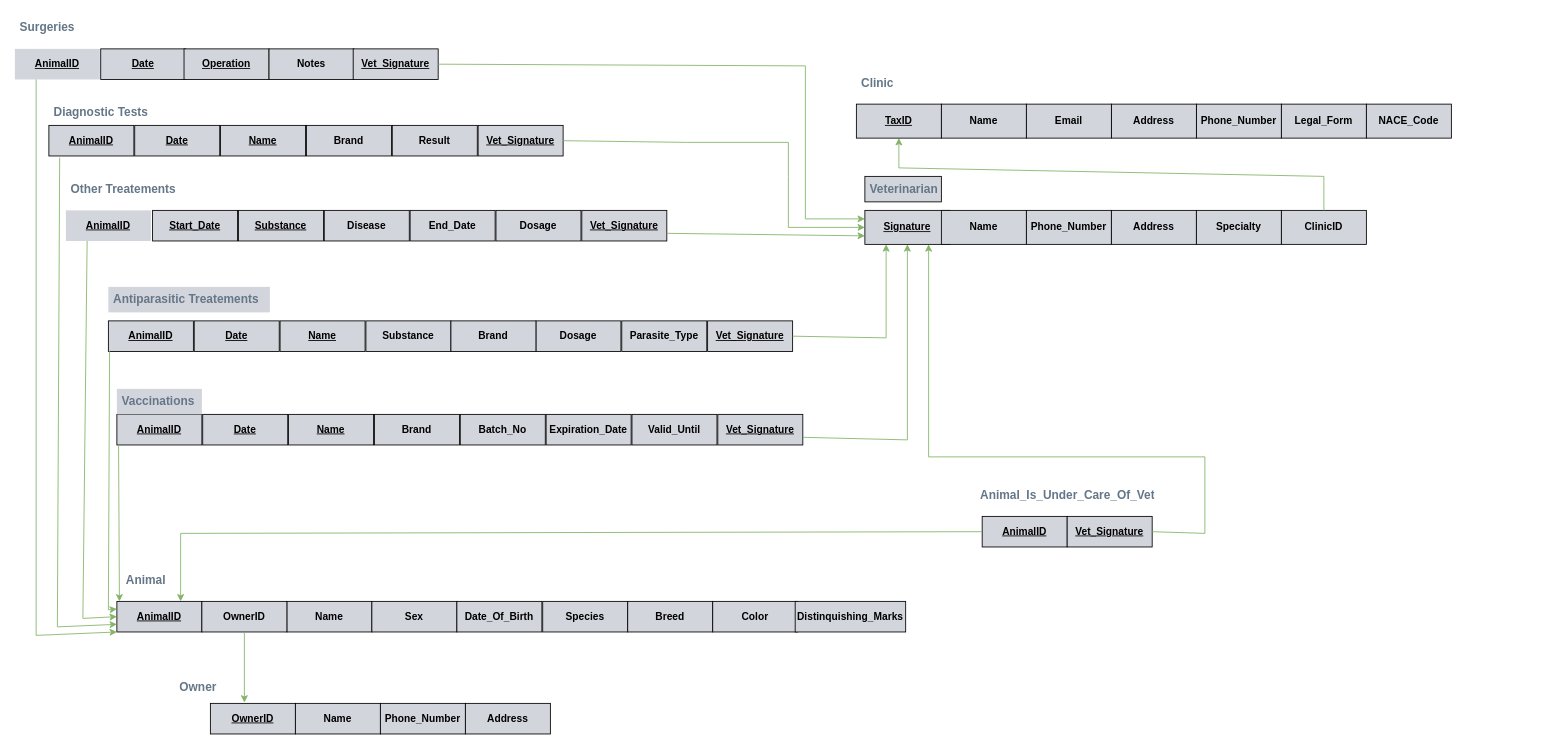
Earlier version of the draw.io diagram relational_diagram.drawio (n1kolpap/DB-Animal2025). Source tidied: cells renumbered, new cells numbered last; positions are measured from the earlier drawing's top-left corner, leaving out a move shared by most shapes. Both pictures are drawn from the tidied source at 85%, with x=0, y=0 at pixel (14, 14).
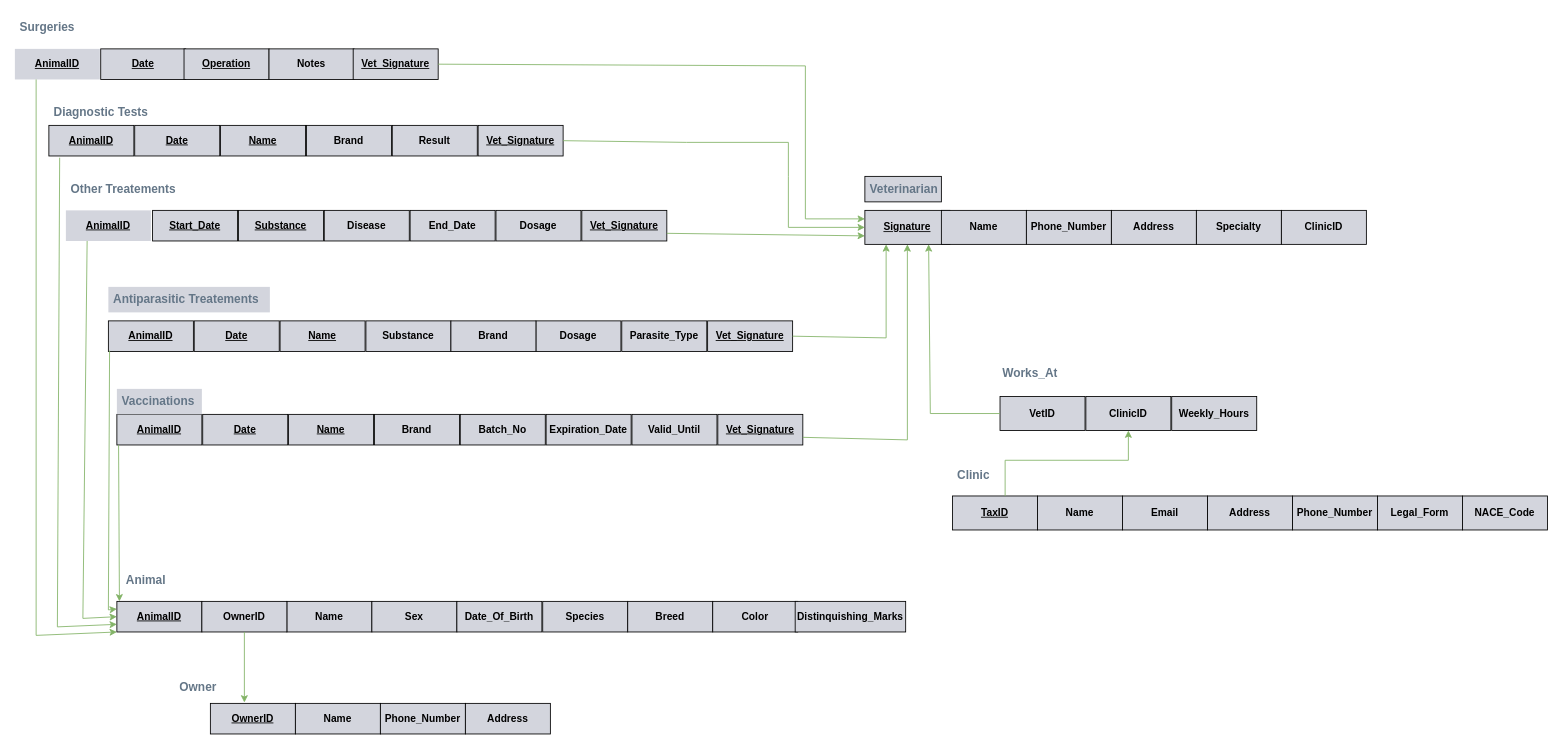
After the change.

The change refers to these unchanged cells:
```xml
<mxCell id="8" value="&lt;u&gt;AnimalID&lt;/u&gt;" style="whiteSpace=wrap;html=1;align=center;fontColor=light-dark(#000000,#000000);fillColor=light-dark(#D3D5DD,#D3D5DD);fontStyle=1;" parent="1" vertex="1">
  <mxGeometry x="120" y="690" width="100" height="36" as="geometry" />
</mxCell>
<mxCell id="18" value="&lt;u&gt;Signature&lt;/u&gt;" style="whiteSpace=wrap;html=1;align=center;fillColor=light-dark(#D3D5DD,#D3D5DD);strokeColor=default;fontColor=light-dark(#000000,#000000);fontStyle=1;" parent="1" vertex="1">
  <mxGeometry x="1000" y="230" width="100" height="40" as="geometry" />
</mxCell>
<mxCell id="85" value="ClinicID" style="whiteSpace=wrap;html=1;align=center;fillColor=light-dark(#D3D5DD,#D3D5DD);strokeColor=default;fontColor=light-dark(#000000,#000000);fontStyle=1;" parent="1" vertex="1">
  <mxGeometry x="1490" y="230" width="100" height="40" as="geometry" />
</mxCell>
```

The edit, as a diff of the source:
```diff
@@
-    <mxCell id="24" value="&lt;font style=&quot;color: light-dark(rgb(0, 0, 0), rgb(0, 0, 0));&quot;&gt;&lt;u&gt;TaxID&lt;/u&gt;&lt;/font&gt;" style="whiteSpace=wrap;html=1;align=center;fillColor=light-dark(#D3D5DD,#D3D5DD);strokeColor=default;fontStyle=1;" parent="1" vertex="1">
-      <mxGeometry x="990" y="105" width="100" height="40" as="geometry" />
-    </mxCell>
-    <mxCell id="25" value="Name" style="whiteSpace=wrap;html=1;align=center;fillColor=light-dark(#D3D5DD,#D3D5DD);strokeColor=default;fontColor=light-dark(#000000,#000000);fontStyle=1;" parent="1" vertex="1">
-      <mxGeometry x="1090" y="105" width="100" height="40" as="geometry" />
-    </mxCell>
-    <mxCell id="26" value="Phone_Number" style="whiteSpace=wrap;html=1;align=center;fillColor=light-dark(#D3D5DD,#D3D5DD);strokeColor=default;fontColor=light-dark(#000000,#000000);fontStyle=1;" parent="1" vertex="1">
-      <mxGeometry x="1390" y="105" width="100" height="40" as="geometry" />
-    </mxCell>
-    <mxCell id="27" value="Address" style="whiteSpace=wrap;html=1;align=center;fillColor=light-dark(#D3D5DD,#D3D5DD);strokeColor=default;fontColor=light-dark(#000000,#000000);fontStyle=1;" parent="1" vertex="1">
-      <mxGeometry x="1290" y="105" width="100" height="40" as="geometry" />
-    </mxCell>
-    <mxCell id="28" value="&lt;span&gt;&lt;font style=&quot;font-size: 14px; color: light-dark(rgb(100, 118, 135), rgb(0, 51, 102));&quot;&gt;Clinic&lt;/font&gt;&lt;/span&gt;" style="text;strokeColor=none;fillColor=none;spacingLeft=4;spacingRight=4;overflow=hidden;fontSize=12;whiteSpace=wrap;html=1;fontColor=light-dark(#000000,#000000);fontStyle=1;" parent="1" vertex="1">
-      <mxGeometry x="990" y="65" width="90" height="30" as="geometry" />
-    </mxCell>
-    <mxCell id="29" value="Legal_Form" style="whiteSpace=wrap;html=1;align=center;fillColor=light-dark(#D3D5DD,#D3D5DD);strokeColor=default;fontColor=light-dark(#000000,#000000);fontStyle=1;" parent="1" vertex="1">
-      <mxGeometry x="1490" y="105" width="100" height="40" as="geometry" />
-    </mxCell>
-    <mxCell id="30" value="Email" style="whiteSpace=wrap;html=1;align=center;fillColor=light-dark(#D3D5DD,#D3D5DD);strokeColor=default;fontColor=light-dark(#000000,#000000);fontStyle=1;" parent="1" vertex="1">
-      <mxGeometry x="1190" y="105" width="100" height="40" as="geometry" />
-    </mxCell>
-    <mxCell id="31" value="NACE_Code" style="whiteSpace=wrap;html=1;align=center;fillColor=light-dark(#D3D5DD,#D3D5DD);strokeColor=default;fontColor=light-dark(#000000,#000000);fontStyle=1;" parent="1" vertex="1">
-      <mxGeometry x="1590" y="105" width="100" height="40" as="geometry" />
-    </mxCell>
@@
-    <mxCell id="71" value="&lt;u&gt;AnimalID&lt;/u&gt;" style="whiteSpace=wrap;html=1;align=center;fontColor=light-dark(#000000,#000000);fillColor=light-dark(#D3D5DD,#D3D5DD);fontStyle=1;" parent="1" vertex="1">
-      <mxGeometry x="1138" y="590" width="100" height="36" as="geometry" />
-    </mxCell>
-    <mxCell id="72" value="&lt;u&gt;Vet_Signature&lt;/u&gt;" style="whiteSpace=wrap;html=1;align=center;fontColor=light-dark(#000000,#000000);fillColor=light-dark(#D3D5DD,#D3D5DD);fontStyle=1;" parent="1" vertex="1">
-      <mxGeometry x="1238" y="590" width="100" height="36" as="geometry" />
-    </mxCell>
-    <mxCell id="73" value="&lt;span&gt;&lt;font style=&quot;font-size: 14px; color: light-dark(rgb(100, 118, 135), rgb(0, 51, 102));&quot;&gt;Animal_Is_Under_Care_Of_Vet&lt;/font&gt;&lt;/span&gt;" style="text;strokeColor=none;fillColor=none;spacingLeft=4;spacingRight=4;overflow=hidden;fontSize=12;whiteSpace=wrap;html=1;fontColor=light-dark(#000000,#000000);fontStyle=1;" parent="1" vertex="1">
-      <mxGeometry x="1130" y="550" width="220" height="30" as="geometry" />
-    </mxCell>
@@
-    <mxCell id="78" style="endArrow=classic;html=1;rounded=0;exitX=0;exitY=0.5;exitDx=0;exitDy=0;entryX=0.75;entryY=0;entryDx=0;entryDy=0;fillColor=#d5e8d4;strokeColor=#82b366;fontColor=light-dark(#000000,#000000);fontStyle=1;" parent="1" edge="1" source="71" target="8">
-      <mxGeometry relative="1" as="geometry">
-        <Array as="points">
-          <mxPoint x="195" y="610" />
-        </Array>
-      </mxGeometry>
-    </mxCell>
-    <mxCell id="79" style="endArrow=classic;html=1;rounded=0;exitX=1;exitY=0.5;exitDx=0;exitDy=0;entryX=0.75;entryY=1;entryDx=0;entryDy=0;fillColor=#d5e8d4;strokeColor=#82b366;fontColor=light-dark(#000000,#000000);fontStyle=1;" parent="1" edge="1" source="72" target="18">
-      <mxGeometry relative="1" as="geometry">
-        <Array as="points">
-          <mxPoint x="1400" y="610" />
-          <mxPoint x="1400" y="520" />
-          <mxPoint x="1075" y="520" />
-        </Array>
-      </mxGeometry>
-    </mxCell>
@@
-    <mxCell id="86" style="endArrow=classic;html=1;rounded=0;entryX=0.5;entryY=1;entryDx=0;entryDy=0;exitX=0.5;exitY=0;exitDx=0;exitDy=0;fillColor=#d5e8d4;strokeColor=#82b366;fontColor=light-dark(#000000,#000000);fontStyle=1;" parent="1" edge="1" source="85" target="24">
-      <mxGeometry relative="1" as="geometry">
-        <Array as="points">
-          <mxPoint x="1540" y="190" />
-          <mxPoint x="1040" y="180" />
-        </Array>
-      </mxGeometry>
-    </mxCell>
@@
+    <mxCell id="88" style="group;" parent="1" vertex="1">
+      <mxGeometry x="1103" y="526" width="700" height="80" as="geometry" />
+    </mxCell>
+    <mxCell id="24" value="&lt;font style=&quot;color: light-dark(rgb(0, 0, 0), rgb(0, 0, 0));&quot;&gt;&lt;u&gt;TaxID&lt;/u&gt;&lt;/font&gt;" style="whiteSpace=wrap;html=1;align=center;fillColor=light-dark(#D3D5DD,#D3D5DD);strokeColor=default;fontStyle=1;" parent="88" vertex="1">
+      <mxGeometry y="40" width="100" height="40" as="geometry" />
+    </mxCell>
+    <mxCell id="25" value="Name" style="whiteSpace=wrap;html=1;align=center;fillColor=light-dark(#D3D5DD,#D3D5DD);strokeColor=default;fontColor=light-dark(#000000,#000000);fontStyle=1;" parent="88" vertex="1">
+      <mxGeometry x="100" y="40" width="100" height="40" as="geometry" />
+    </mxCell>
+    <mxCell id="26" value="Phone_Number" style="whiteSpace=wrap;html=1;align=center;fillColor=light-dark(#D3D5DD,#D3D5DD);strokeColor=default;fontColor=light-dark(#000000,#000000);fontStyle=1;" parent="88" vertex="1">
+      <mxGeometry x="400" y="40" width="100" height="40" as="geometry" />
+    </mxCell>
+    <mxCell id="27" value="Address" style="whiteSpace=wrap;html=1;align=center;fillColor=light-dark(#D3D5DD,#D3D5DD);strokeColor=default;fontColor=light-dark(#000000,#000000);fontStyle=1;" parent="88" vertex="1">
+      <mxGeometry x="300" y="40" width="100" height="40" as="geometry" />
+    </mxCell>
+    <mxCell id="28" value="&lt;span&gt;&lt;font style=&quot;font-size: 14px; color: light-dark(rgb(100, 118, 135), rgb(0, 51, 102));&quot;&gt;Clinic&lt;/font&gt;&lt;/span&gt;" style="text;strokeColor=none;fillColor=none;spacingLeft=4;spacingRight=4;overflow=hidden;fontSize=12;whiteSpace=wrap;html=1;fontColor=light-dark(#000000,#000000);fontStyle=1;" parent="88" vertex="1">
+      <mxGeometry width="90" height="30" as="geometry" />
+    </mxCell>
+    <mxCell id="29" value="Legal_Form" style="whiteSpace=wrap;html=1;align=center;fillColor=light-dark(#D3D5DD,#D3D5DD);strokeColor=default;fontColor=light-dark(#000000,#000000);fontStyle=1;" parent="88" vertex="1">
+      <mxGeometry x="500" y="40" width="100" height="40" as="geometry" />
+    </mxCell>
+    <mxCell id="30" value="Email" style="whiteSpace=wrap;html=1;align=center;fillColor=light-dark(#D3D5DD,#D3D5DD);strokeColor=default;fontColor=light-dark(#000000,#000000);fontStyle=1;" parent="88" vertex="1">
+      <mxGeometry x="200" y="40" width="100" height="40" as="geometry" />
+    </mxCell>
+    <mxCell id="31" value="NACE_Code" style="whiteSpace=wrap;html=1;align=center;fillColor=light-dark(#D3D5DD,#D3D5DD);strokeColor=default;fontColor=light-dark(#000000,#000000);fontStyle=1;" parent="88" vertex="1">
+      <mxGeometry x="600" y="40" width="100" height="40" as="geometry" />
+    </mxCell>
+    <mxCell id="89" style="endArrow=classic;html=1;rounded=0;exitX=0.5;exitY=0;exitDx=0;exitDy=0;entryX=0.5;entryY=1;entryDx=0;entryDy=0;fillColor=#d5e8d4;strokeColor=#82b366;fontColor=light-dark(#000000,#000000);fontStyle=1;" parent="88" edge="1" target="92">
+      <mxGeometry relative="1" as="geometry">
+        <mxPoint x="62" y="40" as="sourcePoint" />
+        <Array as="points">
+          <mxPoint x="62" y="-2" />
+          <mxPoint x="207" y="-2" />
+        </Array>
+      </mxGeometry>
+    </mxCell>
+    <mxCell id="90" value="VetID" style="whiteSpace=wrap;html=1;align=center;fillColor=light-dark(#D3D5DD,#D3D5DD);strokeColor=default;fontColor=light-dark(#000000,#000000);fontStyle=1;" parent="1" vertex="1">
+      <mxGeometry x="1159" y="449" width="100" height="40" as="geometry" />
+    </mxCell>
+    <mxCell id="91" value="&lt;font style=&quot;color: light-dark(rgb(100, 118, 135), rgb(0, 51, 102));&quot;&gt;&lt;span style=&quot;font-size: 14px;&quot;&gt;Works_At&lt;/span&gt;&lt;/font&gt;" style="text;strokeColor=none;fillColor=none;spacingLeft=4;spacingRight=4;overflow=hidden;fontSize=12;whiteSpace=wrap;html=1;fontColor=light-dark(#000000,#000000);fontStyle=1;" parent="1" vertex="1">
+      <mxGeometry x="1156" y="406" width="90" height="30" as="geometry" />
+    </mxCell>
+    <mxCell id="92" value="ClinicID" style="whiteSpace=wrap;html=1;align=center;fillColor=light-dark(#D3D5DD,#D3D5DD);strokeColor=default;fontColor=light-dark(#000000,#000000);fontStyle=1;" parent="1" vertex="1">
+      <mxGeometry x="1260" y="449" width="100" height="40" as="geometry" />
+    </mxCell>
+    <mxCell id="93" value="Weekly_Hours" style="whiteSpace=wrap;html=1;align=center;fillColor=light-dark(#D3D5DD,#D3D5DD);strokeColor=default;fontColor=light-dark(#000000,#000000);fontStyle=1;" parent="1" vertex="1">
+      <mxGeometry x="1361" y="449" width="100" height="40" as="geometry" />
+    </mxCell>
+    <mxCell id="94" style="endArrow=classic;html=1;rounded=0;exitX=0;exitY=0.5;exitDx=0;exitDy=0;entryX=0.75;entryY=1;entryDx=0;entryDy=0;fillColor=#d5e8d4;strokeColor=#82b366;fontColor=light-dark(#000000,#000000);fontStyle=1;" parent="1" edge="1" source="90" target="18">
+      <mxGeometry relative="1" as="geometry">
+        <Array as="points">
+          <mxPoint x="1077" y="469" />
+        </Array>
+      </mxGeometry>
+    </mxCell>
```
